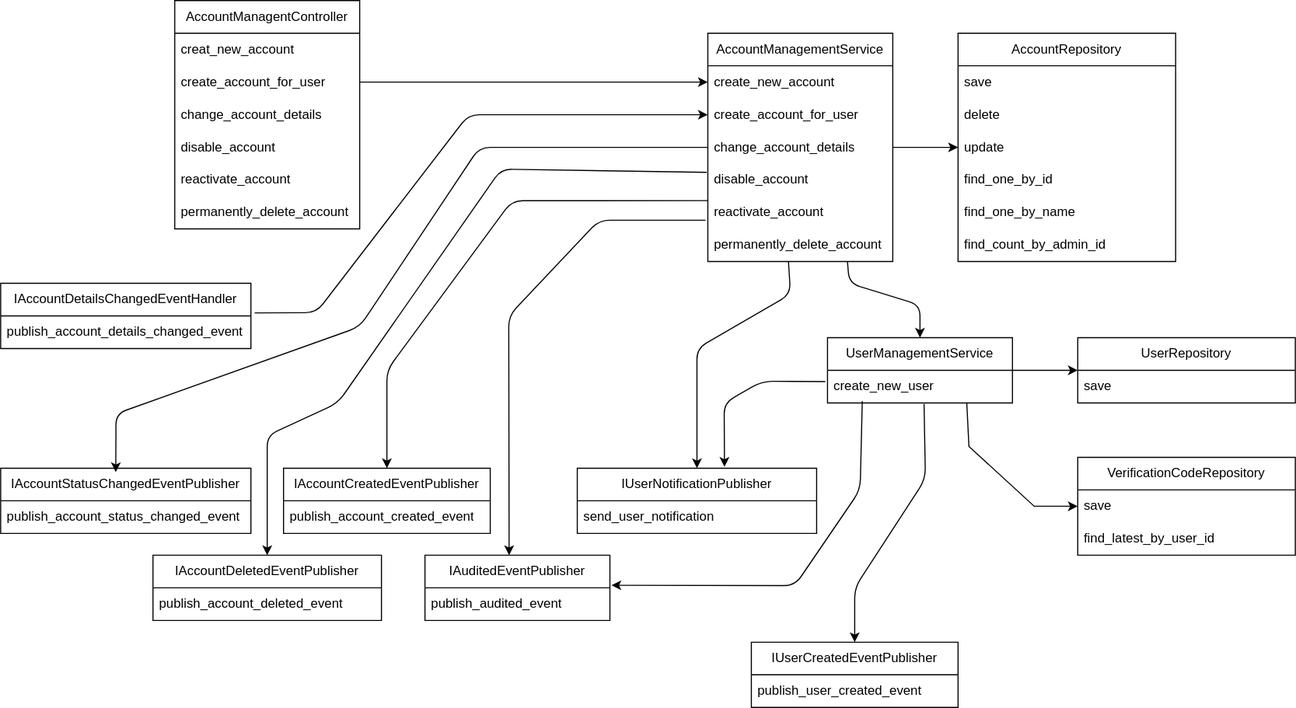
This is docs/00.2.1-manage-hub-account.drawio.svg from pondem87/iot-hub, a draw.io export, as it was before one commit. Source tidied: cells renumbered, new cells last; positions are measured from the earlier drawing's top-left corner, leaving out a move shared by most shapes.
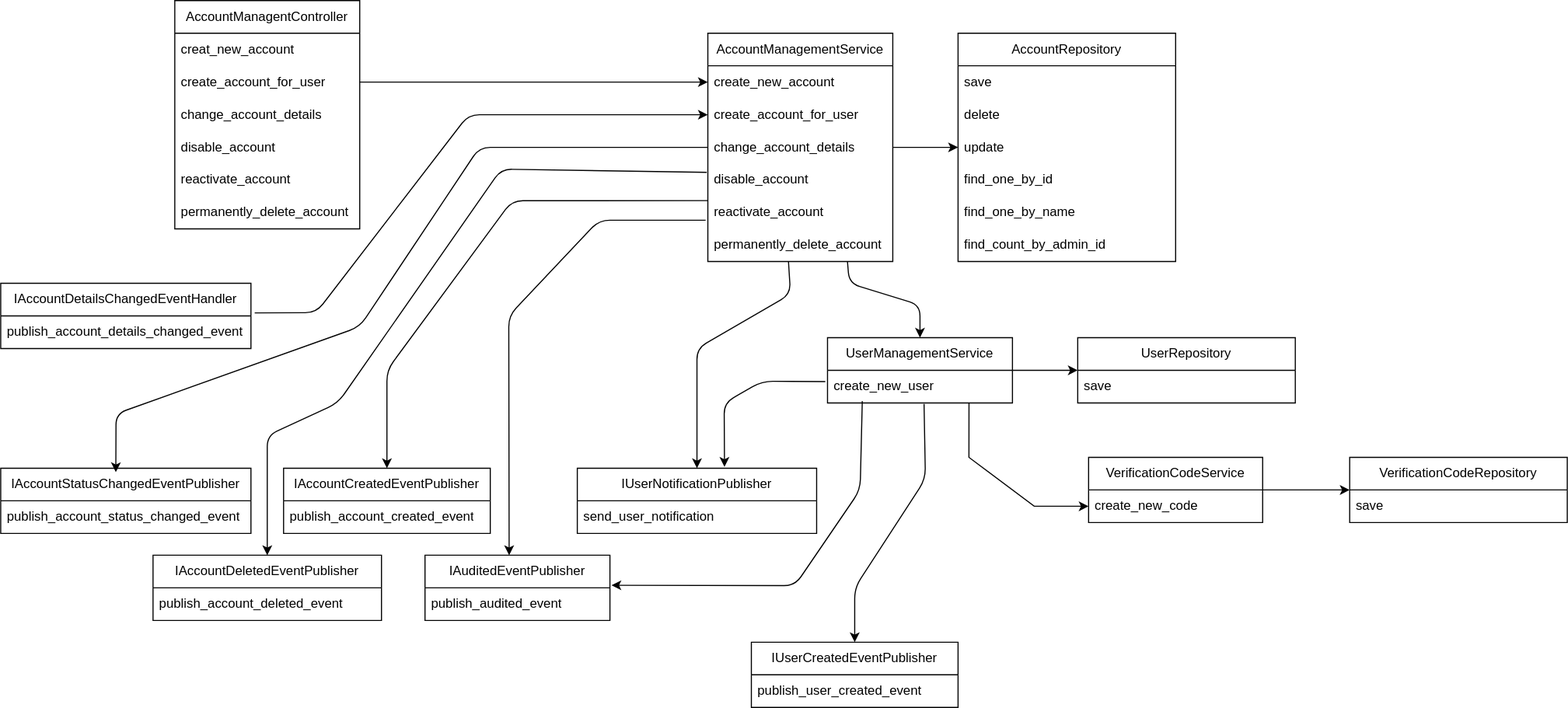
Above is the later version.

Change to the diagram source:
```diff
@@ -211,21 +211,27 @@
       </mxGeometry>
     </mxCell>
     <mxCell id="54" value="VerificationCodeRepository" style="swimlane;fontStyle=0;horizontal=1;startSize=30;whiteSpace=wrap;html=1;" parent="1" vertex="1">
-      <mxGeometry x="990" y="420" width="200" height="90" as="geometry" />
+      <mxGeometry x="1240" y="420" width="200" height="60" as="geometry" />
     </mxCell>
     <mxCell id="55" value="save" style="text;strokeColor=none;fillColor=none;align=left;verticalAlign=middle;spacingLeft=4;spacingRight=4;overflow=hidden;points=[[0,0.5],[1,0.5]];portConstraint=eastwest;whiteSpace=wrap;html=1;" parent="54" vertex="1">
       <mxGeometry y="30" width="200" height="30" as="geometry" />
     </mxCell>
-    <mxCell id="56" value="find_latest_by_user_id" style="text;strokeColor=none;fillColor=none;align=left;verticalAlign=middle;spacingLeft=4;spacingRight=4;overflow=hidden;whiteSpace=wrap;html=1;" parent="54" vertex="1">
-      <mxGeometry y="60" width="200" height="30" as="geometry" />
-    </mxCell>
-    <mxCell id="57" style="endArrow=classic;html=1;rounded=0;entryX=0;entryY=0.5;entryDx=0;entryDy=0;exitX=0.753;exitY=1;exitDx=0;exitDy=0;exitPerimeter=0;" parent="1" edge="1" source="19" target="55">
-      <mxGeometry relative="1" as="geometry">
-        <Array as="points">
-          <mxPoint x="890" y="410" />
-          <mxPoint x="950" y="465" />
-        </Array>
-      </mxGeometry>
-    </mxCell>
+    <mxCell id="58" style="edgeStyle=orthogonalEdgeStyle;rounded=0;jettySize=auto;html=1;entryX=0;entryY=0.5;entryDx=0;entryDy=0;" parent="1" edge="1" source="59" target="54">
+      <mxGeometry relative="1" as="geometry" />
+    </mxCell>
+    <mxCell id="59" value="VerificationCodeService" style="swimlane;fontStyle=0;horizontal=1;startSize=30;whiteSpace=wrap;html=1;" parent="1" vertex="1">
+      <mxGeometry x="1000" y="420" width="160" height="60" as="geometry" />
+    </mxCell>
+    <mxCell id="60" value="create_new_code" style="text;strokeColor=none;fillColor=none;align=left;verticalAlign=middle;spacingLeft=4;spacingRight=4;overflow=hidden;points=[[0,0.5],[1,0.5]];portConstraint=eastwest;whiteSpace=wrap;html=1;" parent="59" vertex="1">
+      <mxGeometry y="30" width="160" height="30" as="geometry" />
+    </mxCell>
+    <mxCell id="61" style="endArrow=classic;html=1;rounded=0;entryX=0;entryY=0.5;entryDx=0;entryDy=0;exitX=0.765;exitY=0.986;exitDx=0;exitDy=0;exitPerimeter=0;" parent="1" edge="1" source="19" target="60">
+      <mxGeometry relative="1" as="geometry">
+        <Array as="points">
+          <mxPoint x="890" y="420" />
+          <mxPoint x="950" y="465" />
+        </Array>
+      </mxGeometry>
+    </mxCell>
   </root>
 </mxGraphModel>
```
